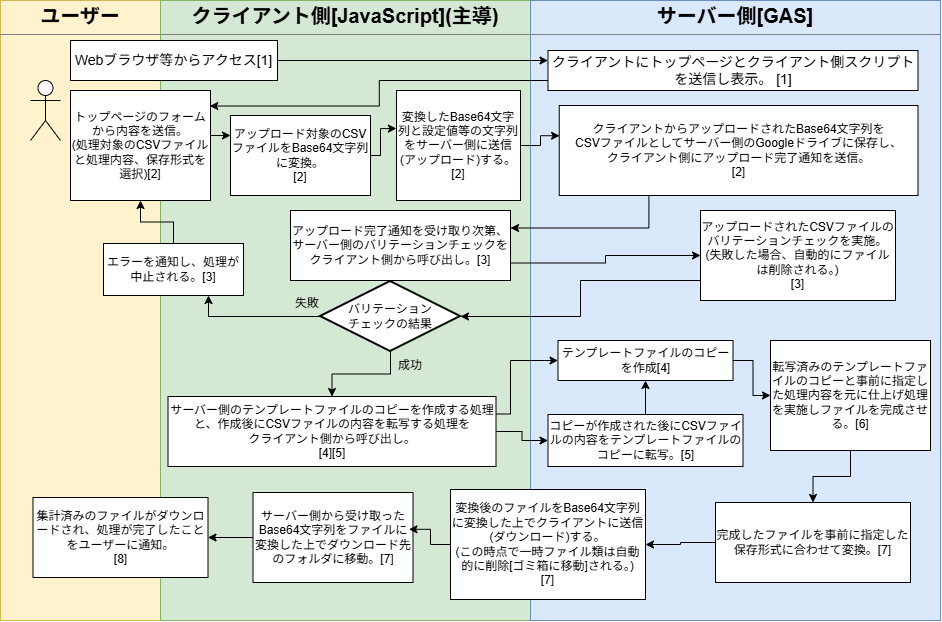
Above: process-flow-drawio.png in kimurad101/WeatherDataTotalizer-standalone (draw.io), before the change. Source tidied: cells renumbered, new cells last; positions are measured from the earlier drawing's top-left corner, leaving out a move shared by most shapes.
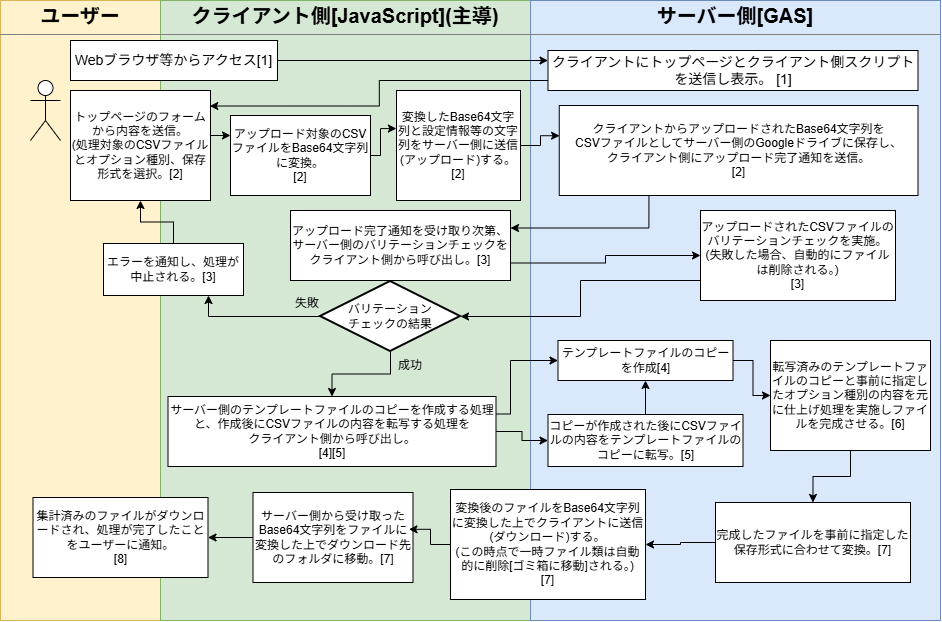
After the commit.

Commit message:
フロー図を修正。

What changed in the source:
```diff
@@ -21,13 +21,13 @@
         </Array>
       </mxGeometry>
     </mxCell>
-    <mxCell id="7" value="トップページのフォームから内容を送信。&lt;br&gt;(処理対象のCSVファイルと処理内容、保存形式を選択)[2]" style="html=1;whiteSpace=wrap;" parent="1" vertex="1">
+    <mxCell id="7" value="トップページのフォームから内容を送信。&lt;br&gt;(処理対象のCSVファイルとオプション種別、保存形式を選択。[2]" style="html=1;whiteSpace=wrap;" parent="1" vertex="1">
       <mxGeometry x="70" y="90" width="140" height="110" as="geometry" />
     </mxCell>
     <mxCell id="8" value="アップロード対象のCSVファイルをBase64文字列に変換。&lt;div&gt;[2]&lt;/div&gt;" style="html=1;whiteSpace=wrap;" parent="1" vertex="1">
       <mxGeometry x="230" y="115" width="140" height="80" as="geometry" />
     </mxCell>
-    <mxCell id="9" value="変換したBase64文字列と設定値等の文字列を&lt;span style=&quot;background-color: transparent; color: light-dark(#000000, var(--ge-light-color, #ffffff));&quot;&gt;サーバー側に送信(アップロード)する。&lt;/span&gt;&lt;div&gt;&lt;span style=&quot;background-color: transparent; color: light-dark(#000000, var(--ge-light-color, #ffffff));&quot;&gt;[2]&lt;/span&gt;&lt;/div&gt;" style="html=1;whiteSpace=wrap;" parent="1" vertex="1">
+    <mxCell id="9" value="変換したBase64文字列と設定情報等の文字列を&lt;span style=&quot;background-color: transparent; color: light-dark(#000000, var(--ge-light-color, #ffffff));&quot;&gt;サーバー側に送信(アップロード)する。&lt;/span&gt;&lt;div&gt;&lt;span style=&quot;background-color: transparent; color: light-dark(#000000, var(--ge-light-color, #ffffff));&quot;&gt;[2]&lt;/span&gt;&lt;/div&gt;" style="html=1;whiteSpace=wrap;" parent="1" vertex="1">
       <mxGeometry x="396" y="90" width="124" height="110" as="geometry" />
     </mxCell>
     <mxCell id="10" value="アップロードされたCSVファイルのバリテーションチェックを実施。&lt;div&gt;(失敗した場合、自動的にファイルは削除される。)&lt;br&gt;&lt;div&gt;[3]&lt;/div&gt;&lt;/div&gt;" style="html=1;whiteSpace=wrap;" parent="1" vertex="1">
@@ -136,7 +136,7 @@
     <mxCell id="41" style="edgeStyle=orthogonalEdgeStyle;rounded=0;jettySize=auto;html=1;exitX=0.5;exitY=1;exitDx=0;exitDy=0;defaultLabelBackgroundColor=page;" parent="1" edge="1" source="42" target="16">
       <mxGeometry relative="1" as="geometry" />
     </mxCell>
-    <mxCell id="42" value="転写済みのテンプレートファイルのコピーと事前に指定した処理内容を元に仕上げ処理を実施しファイルを完成させる。[6]" style="html=1;whiteSpace=wrap;" parent="1" vertex="1">
+    <mxCell id="42" value="転写済みのテンプレートファイルのコピーと事前に指定したオプション種別の内容を元に仕上げ処理を実施しファイルを完成させる。[6]" style="html=1;whiteSpace=wrap;" parent="1" vertex="1">
       <mxGeometry x="770" y="340" width="160" height="110" as="geometry" />
     </mxCell>
     <mxCell id="43" style="edgeStyle=orthogonalEdgeStyle;rounded=0;jettySize=auto;html=1;exitX=1;exitY=0.5;exitDx=0;exitDy=0;entryX=0.001;entryY=0.336;entryDx=0;entryDy=0;entryPerimeter=0;defaultLabelBackgroundColor=page;" parent="1" edge="1" source="9" target="14">
```
